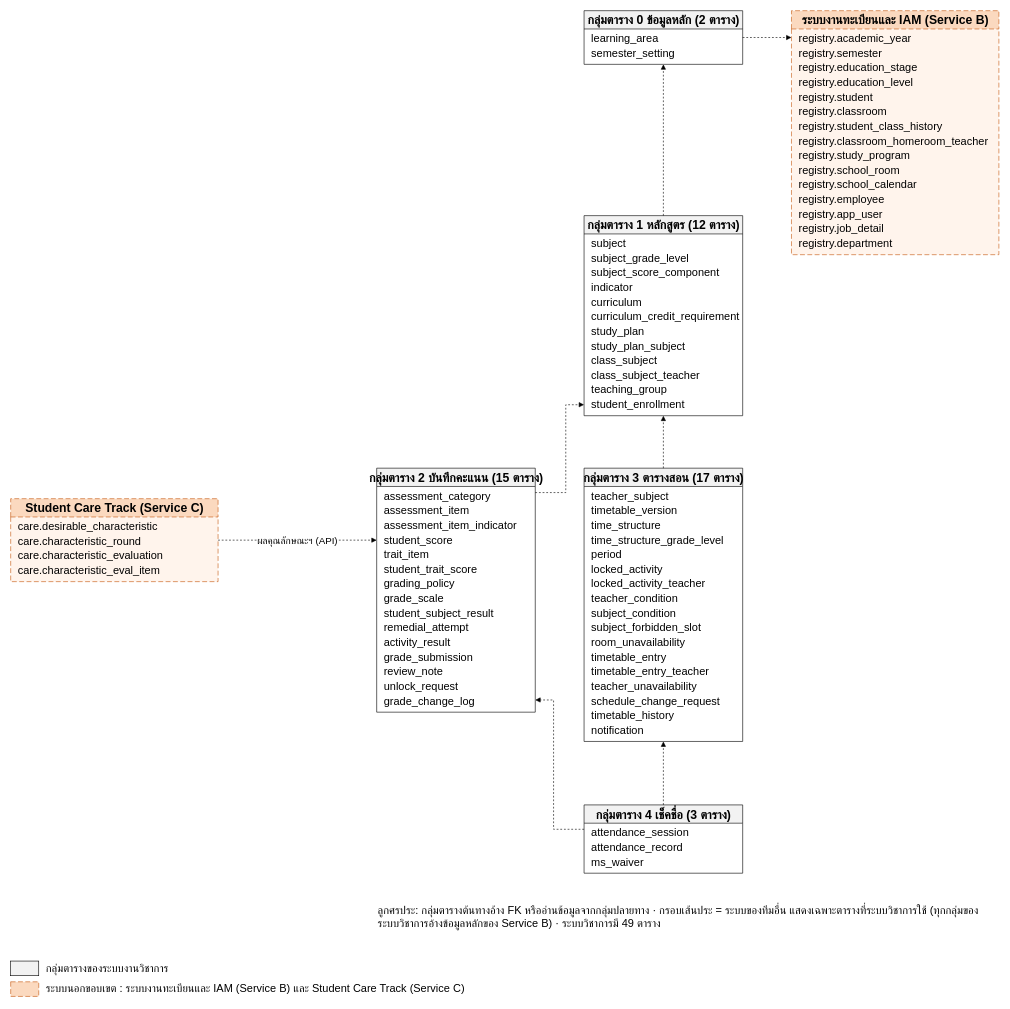
polymercatzz/Academic keeps this draw.io diagram as docs/database/er/er-overview.drawio. Above is the earlier version. Source tidied: cells renumbered, new cells numbered last; positions are measured from the earlier drawing's top-left corner, leaving out a move shared by most shapes. Both pictures are drawn from the tidied source at 61%, with x=0, y=0 at pixel (10, 10).
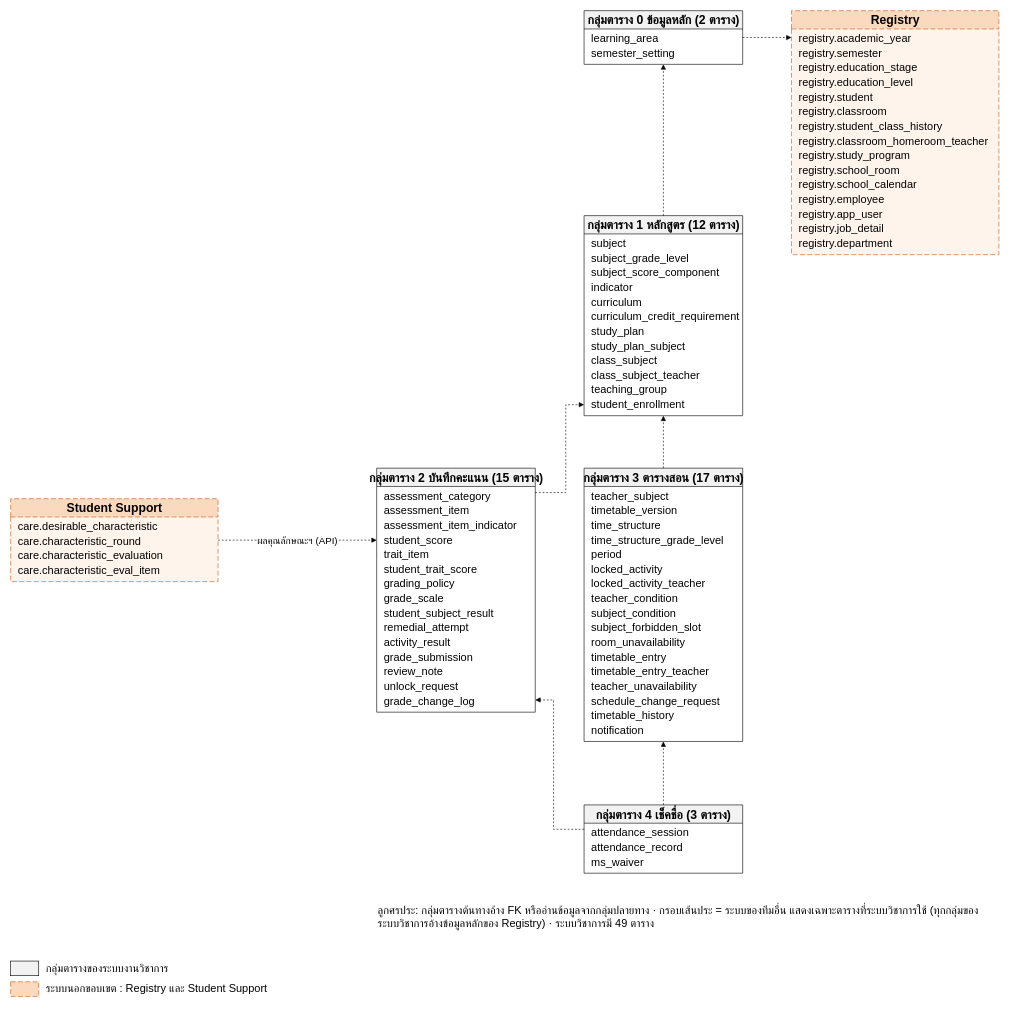
After the change.

Diff of the diagram source:
```diff
@@
-    <mxCell id="40" value="ลูกศรประ: กลุ่มตารางต้นทางอ้าง FK หรืออ่านข้อมูลจากกลุ่มปลายทาง · กรอบเส้นประ = ระบบของทีมอื่น แสดงเฉพาะตารางที่ระบบวิชาการใช้ (ทุกกลุ่มของระบบวิชาการอ้างข้อมูลหลักของ Service B) · ระบบวิชาการมี 49 ตาราง" style="text;html=1;fontFamily=TH SarabunPSK;fontSize=18;align=left;whiteSpace=wrap;verticalAlign=top;" parent="1" vertex="1">
+    <mxCell id="40" value="ลูกศรประ: กลุ่มตารางต้นทางอ้าง FK หรืออ่านข้อมูลจากกลุ่มปลายทาง · กรอบเส้นประ = ระบบของทีมอื่น แสดงเฉพาะตารางที่ระบบวิชาการใช้ (ทุกกลุ่มของระบบวิชาการอ้างข้อมูลหลักของ Registry) · ระบบวิชาการมี 49 ตาราง" style="text;html=1;fontFamily=TH SarabunPSK;fontSize=18;align=left;whiteSpace=wrap;verticalAlign=top;" parent="1" vertex="1">
       <mxGeometry x="600" y="1458" width="1000" height="60" as="geometry" />
     </mxCell>
-    <mxCell id="41" value="ระบบงานทะเบียนและ IAM (Service B)" style="swimlane;startSize=30;html=1;fontFamily=TH SarabunPSK;fontSize=20;fontStyle=1;fillColor=#FBD9BF;strokeColor=#C55A11;swimlaneFillColor=#FFF4EC;dashed=1;dashPattern=8 4;" parent="1" vertex="1">
+    <mxCell id="41" value="Registry" style="swimlane;startSize=30;html=1;fontFamily=TH SarabunPSK;fontSize=20;fontStyle=1;fillColor=#FBD9BF;strokeColor=#C55A11;swimlaneFillColor=#FFF4EC;dashed=1;dashPattern=8 4;" parent="1" vertex="1">
       <mxGeometry x="1280" width="340" height="400" as="geometry" />
     </mxCell>
@@
-    <mxCell id="79" value="Student Care Track (Service C)" style="swimlane;startSize=30;html=1;fontFamily=TH SarabunPSK;fontSize=20;fontStyle=1;fillColor=#FBD9BF;strokeColor=#C55A11;swimlaneFillColor=#FFF4EC;dashed=1;dashPattern=8 4;" parent="1" vertex="1">
+    <mxCell id="79" value="Student Support" style="swimlane;startSize=30;html=1;fontFamily=TH SarabunPSK;fontSize=20;fontStyle=1;fillColor=#FBD9BF;strokeColor=#C55A11;swimlaneFillColor=#FFF4EC;dashed=1;dashPattern=8 4;" parent="1" vertex="1">
       <mxGeometry y="800" width="340" height="136" as="geometry" />
     </mxCell>
@@
-    <mxCell id="88" value="ระบบนอกขอบเขต : ระบบงานทะเบียนและ IAM (Service B) และ Student Care Track (Service C)" style="text;html=1;align=left;verticalAlign=middle;fontFamily=TH SarabunPSK;fontSize=18;fontColor=#000000;" parent="1" vertex="1">
+    <mxCell id="88" value="ระบบนอกขอบเขต : Registry และ Student Support" style="text;html=1;align=left;verticalAlign=middle;fontFamily=TH SarabunPSK;fontSize=18;fontColor=#000000;" parent="1" vertex="1">
       <mxGeometry x="56" y="1589" width="700" height="30" as="geometry" />
     </mxCell>
```
